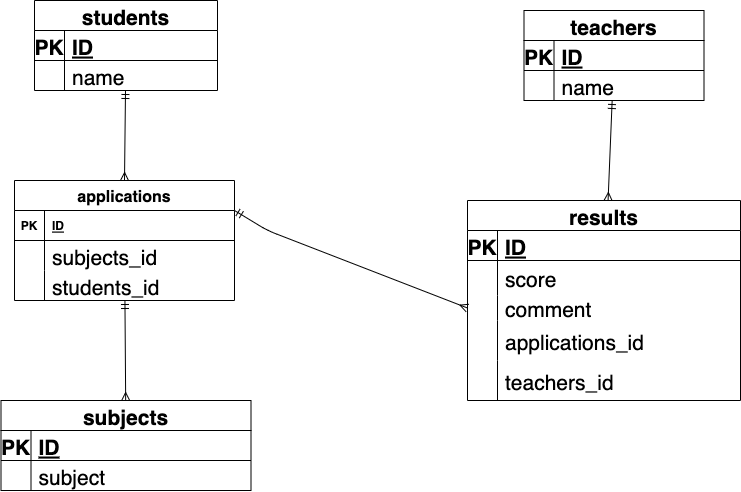
This is index.drawio.png from kotasuke55/0526, a draw.io export, as it was before one commit. Source tidied: cells renumbered, new cells last; positions are measured from the earlier drawing's top-left corner, leaving out a move shared by most shapes.
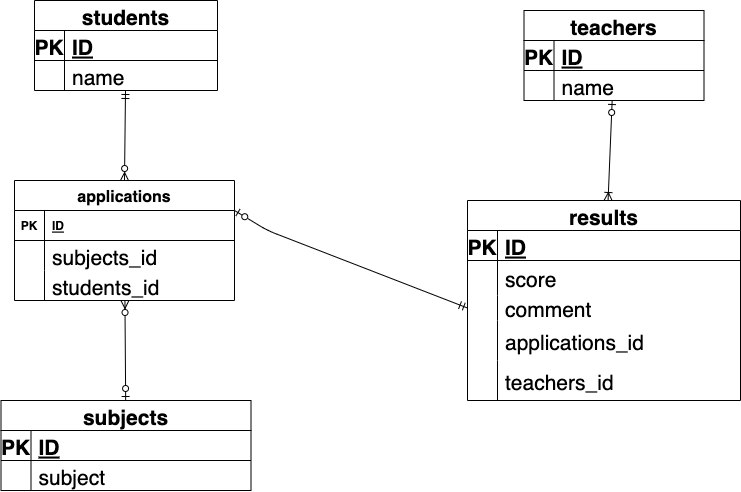
Later version of the same file.

What changed in the source:
```diff
@@ -2,7 +2,7 @@
   <root>
     <mxCell id="0" />
     <mxCell id="1" parent="0" />
-    <mxCell id="2" style="edgeStyle=none;html=1;entryX=0.5;entryY=0;entryDx=0;entryDy=0;fontSize=16;startArrow=ERmandOne;startFill=0;endArrow=ERmany;endFill=0;" parent="1" edge="1" source="3" target="35">
+    <mxCell id="2" style="edgeStyle=none;html=1;entryX=0.5;entryY=0;entryDx=0;entryDy=0;fontSize=16;startArrow=ERmandOne;startFill=0;endArrow=ERzeroToMany;endFill=0;" parent="1" edge="1" source="3" target="35">
       <mxGeometry relative="1" as="geometry" />
     </mxCell>
     <mxCell id="3" value="students" style="shape=table;startSize=30;rowLines=0;fontStyle=1;align=center;shadow=0;fontSize=21;" parent="1" vertex="1">
@@ -47,7 +47,7 @@
     <mxCell id="16" value="name" style="shape=partialRectangle;fillColor=none;top=0;left=0;bottom=0;right=0;align=left;spacingLeft=6;overflow=hidden;shadow=0;fontSize=21;" parent="14" vertex="1">
       <mxGeometry x="30" width="150" height="30" as="geometry" />
     </mxCell>
-    <mxCell id="17" style="edgeStyle=none;html=1;fontSize=21;startArrow=ERmany;startFill=0;endArrow=ERmandOne;endFill=0;" parent="1" edge="1" source="18" target="10">
+    <mxCell id="17" style="edgeStyle=none;html=1;fontSize=21;startArrow=ERoneToMany;startFill=0;endArrow=ERzeroToOne;endFill=0;" parent="1" edge="1" source="18" target="10">
       <mxGeometry relative="1" as="geometry" />
     </mxCell>
     <mxCell id="18" value="results" style="shape=table;startSize=30;rowLines=0;fontStyle=1;align=center;shadow=0;fontSize=21;" parent="1" vertex="1">
@@ -98,7 +98,7 @@
     <mxCell id="33" value="teachers_id" style="shape=partialRectangle;fillColor=none;top=0;left=0;bottom=0;right=0;align=left;spacingLeft=6;overflow=hidden;fontSize=21;" parent="31" vertex="1">
       <mxGeometry x="30" width="243" height="40" as="geometry" />
     </mxCell>
-    <mxCell id="34" style="edgeStyle=none;html=1;fontSize=21;startArrow=ERmandOne;startFill=0;endArrow=ERmany;endFill=0;" parent="1" edge="1" source="35" target="46">
+    <mxCell id="34" style="edgeStyle=none;html=1;fontSize=21;startArrow=ERzeroToMany;startFill=0;endArrow=ERzeroToOne;endFill=0;" parent="1" edge="1" source="35" target="46">
       <mxGeometry relative="1" as="geometry" />
     </mxCell>
     <mxCell id="35" value="applications" style="shape=table;startSize=30;rowLines=0;fontStyle=1;align=center;fontSize=16;" parent="1" vertex="1">
@@ -131,7 +131,7 @@
     <mxCell id="44" value="students_id" style="shape=partialRectangle;fillColor=none;top=0;left=0;bottom=0;right=0;align=left;spacingLeft=6;overflow=hidden;fontSize=21;" parent="42" vertex="1">
       <mxGeometry x="30" width="190" height="30" as="geometry" />
     </mxCell>
-    <mxCell id="45" style="edgeStyle=none;html=1;entryX=0;entryY=0.5;entryDx=0;entryDy=0;fontSize=21;startArrow=ERmandOne;startFill=0;endArrow=ERmany;endFill=0;exitX=1;exitY=0.25;exitDx=0;exitDy=0;" parent="1" edge="1" source="35" target="25">
+    <mxCell id="45" style="edgeStyle=none;html=1;entryX=0;entryY=0.5;entryDx=0;entryDy=0;fontSize=21;startArrow=ERzeroToOne;startFill=0;endArrow=ERmandOne;endFill=0;exitX=1;exitY=0.25;exitDx=0;exitDy=0;" parent="1" edge="1" source="35" target="25">
       <mxGeometry relative="1" as="geometry">
         <Array as="points">
           <mxPoint x="266" y="230" />
```
